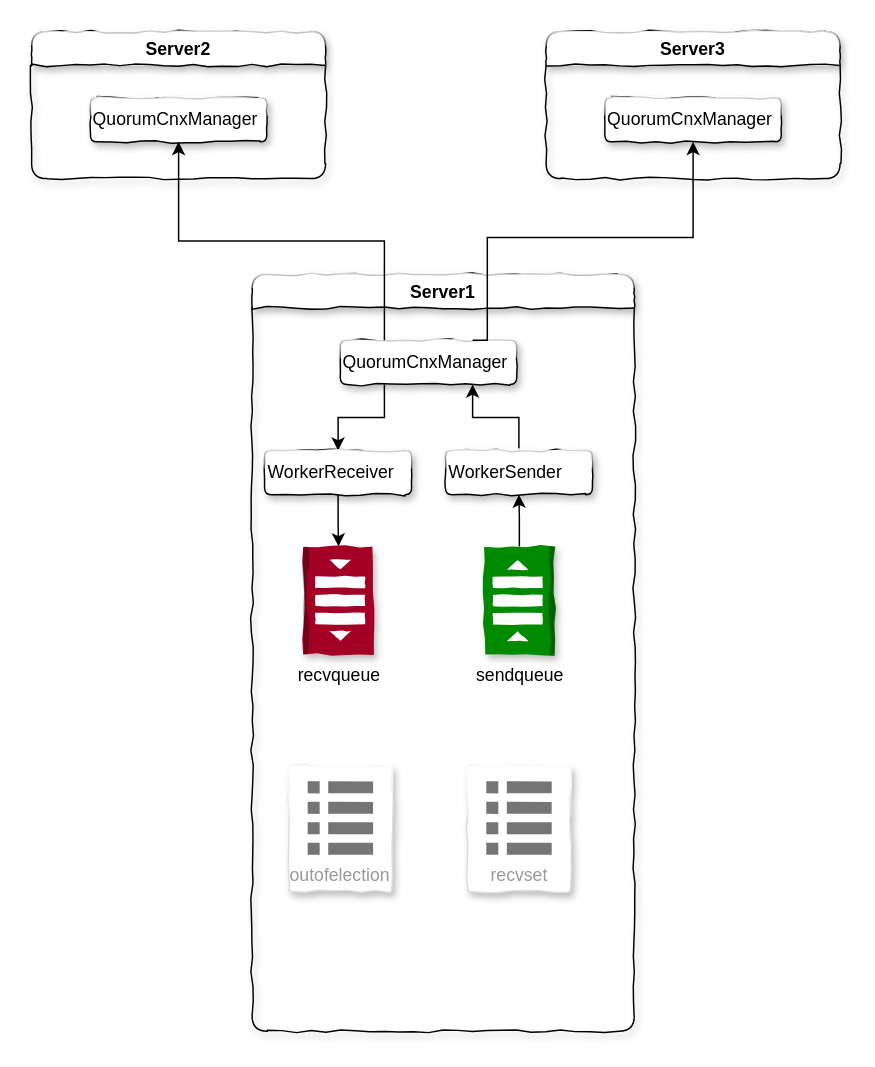
time-sliders/note keeps this draw.io diagram as page "QuorumCnxManager" (2 of 3) of consistency/zookeeper/zookeeper.drawio. Above is the earlier version. Source tidied: cells renumbered, new cells numbered last; positions are measured from the earlier drawing's top-left corner, leaving out a move shared by most shapes. Both pictures are drawn from the tidied source at 147%, with x=0, y=0 at pixel (31, 31).
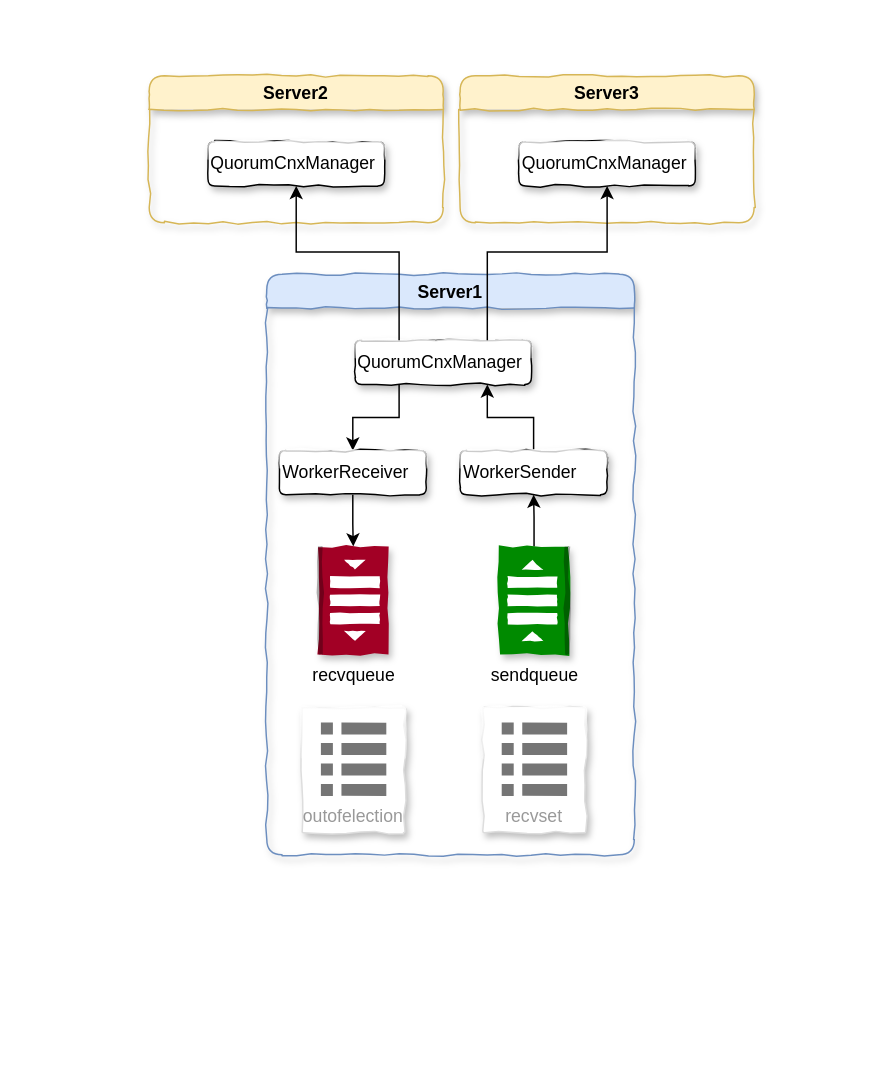
The same diagram, later.

The change refers to these unchanged cells:
```xml
<mxCell id="4" value="QuorumCnxManager" style="rounded=1;whiteSpace=wrap;html=1;shadow=1;glass=1;comic=1;align=left;" parent="2" vertex="1">
  <mxGeometry x="60" y="45" width="120" height="30" as="geometry" />
</mxCell>
<mxCell id="17" value="QuorumCnxManager" style="rounded=1;whiteSpace=wrap;html=1;shadow=1;glass=1;comic=1;align=left;" parent="16" vertex="1">
  <mxGeometry x="40" y="45" width="120" height="30" as="geometry" />
</mxCell>
<mxCell id="19" value="QuorumCnxManager" style="rounded=1;whiteSpace=wrap;html=1;shadow=1;glass=1;comic=1;align=left;" parent="18" vertex="1">
  <mxGeometry x="40" y="45" width="120" height="30" as="geometry" />
</mxCell>
```

The edit, as a diff of the source:
```diff
@@
-    <mxCell id="2" value="Server1" style="swimlane;rounded=1;shadow=1;glass=1;comic=1;align=center;" parent="1" vertex="1">
-      <mxGeometry x="150" y="165" width="260" height="515" as="geometry" />
+    <mxCell id="2" value="Server1" style="swimlane;rounded=1;shadow=1;glass=0;comic=1;align=center;fillColor=#dae8fc;strokeColor=#6c8ebf;" parent="1" vertex="1">
+      <mxGeometry x="160" y="165" width="250" height="395" as="geometry" />
     </mxCell>
@@
     <mxCell id="12" value="outofelection" style="strokeColor=#dddddd;fillColor=#ffffff;shadow=1;strokeWidth=1;rounded=1;absoluteArcSize=1;arcSize=2;labelPosition=center;verticalLabelPosition=middle;align=center;verticalAlign=bottom;spacingLeft=0;fontColor=#999999;fontSize=12;whiteSpace=wrap;spacingBottom=2;glass=1;comic=1;" parent="2" vertex="1">
-      <mxGeometry x="25" y="335" width="70" height="85" as="geometry" />
+      <mxGeometry x="24" y="295" width="70" height="85" as="geometry" />
     </mxCell>
@@
     <mxCell id="14" value="recvset" style="strokeColor=#dddddd;fillColor=#ffffff;shadow=1;strokeWidth=1;rounded=1;absoluteArcSize=1;arcSize=2;labelPosition=center;verticalLabelPosition=middle;align=center;verticalAlign=bottom;spacingLeft=0;fontColor=#999999;fontSize=12;whiteSpace=wrap;spacingBottom=2;glass=1;comic=1;" parent="2" vertex="1">
-      <mxGeometry x="146.5" y="335" width="70" height="85" as="geometry" />
+      <mxGeometry x="147" y="295" width="70" height="85" as="geometry" />
     </mxCell>
@@
-    <mxCell id="16" value="Server2" style="swimlane;rounded=1;shadow=1;glass=1;comic=1;align=center;" parent="1" vertex="1">
-      <mxGeometry width="200" height="100" as="geometry" />
+    <mxCell id="16" value="Server2" style="swimlane;rounded=1;shadow=1;glass=0;comic=1;align=center;fillColor=#fff2cc;strokeColor=#d6b656;" parent="1" vertex="1">
+      <mxGeometry x="80" y="30" width="200" height="100" as="geometry" />
     </mxCell>
@@
-    <mxCell id="18" value="Server3" style="swimlane;rounded=1;shadow=1;glass=1;comic=1;align=center;" parent="1" vertex="1">
-      <mxGeometry x="350" width="200" height="100" as="geometry" />
+    <mxCell id="18" value="Server3" style="swimlane;rounded=1;shadow=1;glass=0;comic=1;align=center;fillColor=#fff2cc;strokeColor=#d6b656;" parent="1" vertex="1">
+      <mxGeometry x="291.5" y="30" width="200" height="100" as="geometry" />
     </mxCell>
@@
     <mxCell id="20" style="edgeStyle=orthogonalEdgeStyle;rounded=0;jettySize=auto;html=1;exitX=0.25;exitY=0;exitDx=0;exitDy=0;" parent="1" edge="1" source="4" target="17">
-      <mxGeometry relative="1" as="geometry" />
+      <mxGeometry relative="1" as="geometry">
+        <Array as="points">
+          <mxPoint x="250" y="150" />
+          <mxPoint x="180" y="150" />
+        </Array>
+      </mxGeometry>
     </mxCell>
-    <mxCell id="21" style="edgeStyle=orthogonalEdgeStyle;rounded=0;jettySize=auto;html=1;exitX=0.75;exitY=0;exitDx=0;exitDy=0;" parent="1" edge="1" source="4" target="19">
+    <mxCell id="21" style="edgeStyle=orthogonalEdgeStyle;rounded=0;jettySize=auto;html=1;exitX=0.75;exitY=0;exitDx=0;exitDy=0;entryX=0.5;entryY=1;entryDx=0;entryDy=0;" parent="1" edge="1" source="4" target="19">
       <mxGeometry relative="1" as="geometry">
         <Array as="points">
-          <mxPoint x="310" y="140" />
-          <mxPoint x="450" y="140" />
+          <mxPoint x="310" y="150" />
+          <mxPoint x="392" y="150" />
         </Array>
       </mxGeometry>
     </mxCell>
```
